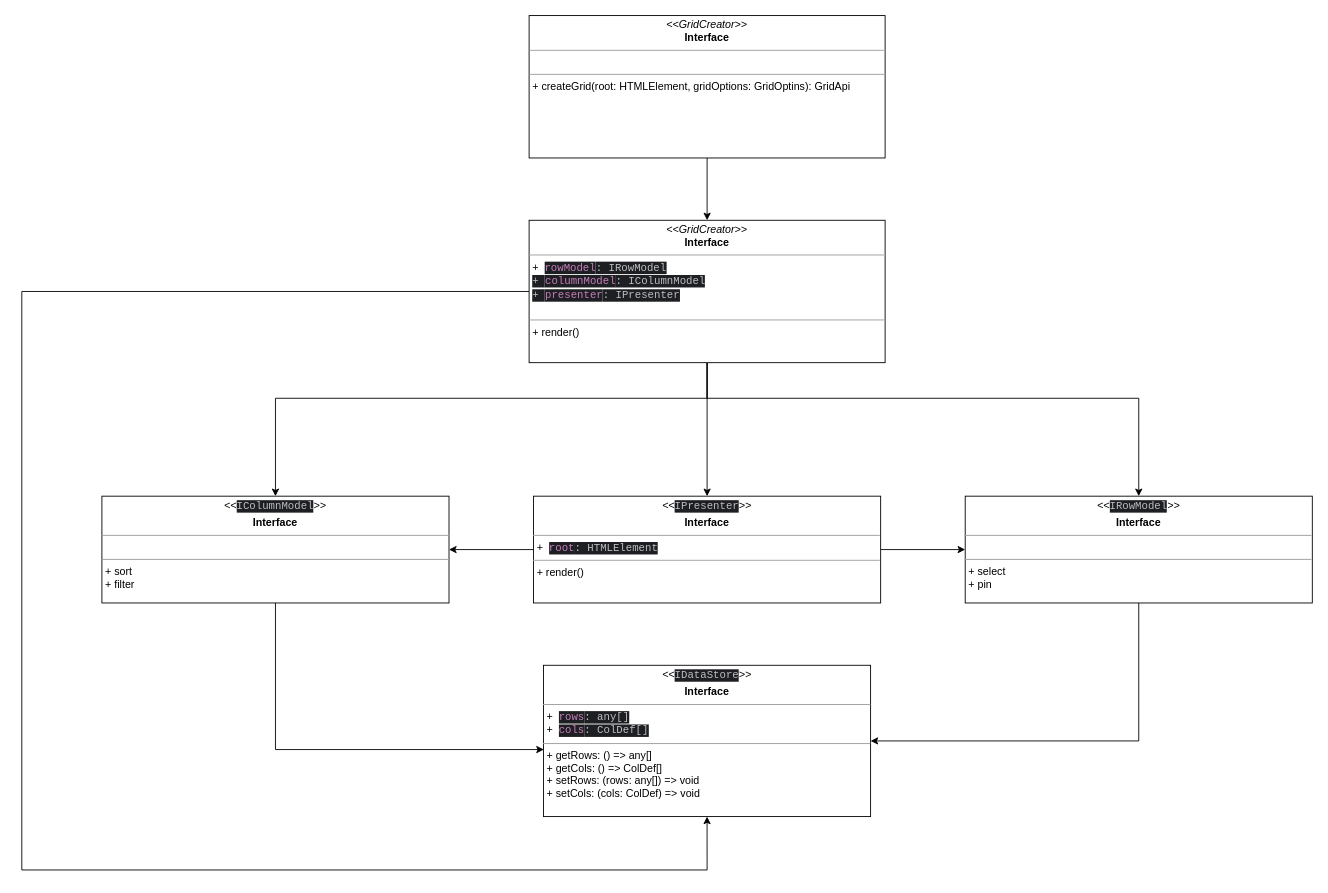
Above: packages/grid/docs/createGrid.drawio in Bright-Burn/Grid (draw.io), before the change. Source tidied: cells renumbered, new cells numbered last; positions are measured from the earlier drawing's top-left corner, leaving out a move shared by most shapes. Both pictures are drawn from the tidied source at 89%, with x=0, y=0 at pixel (21, 15).
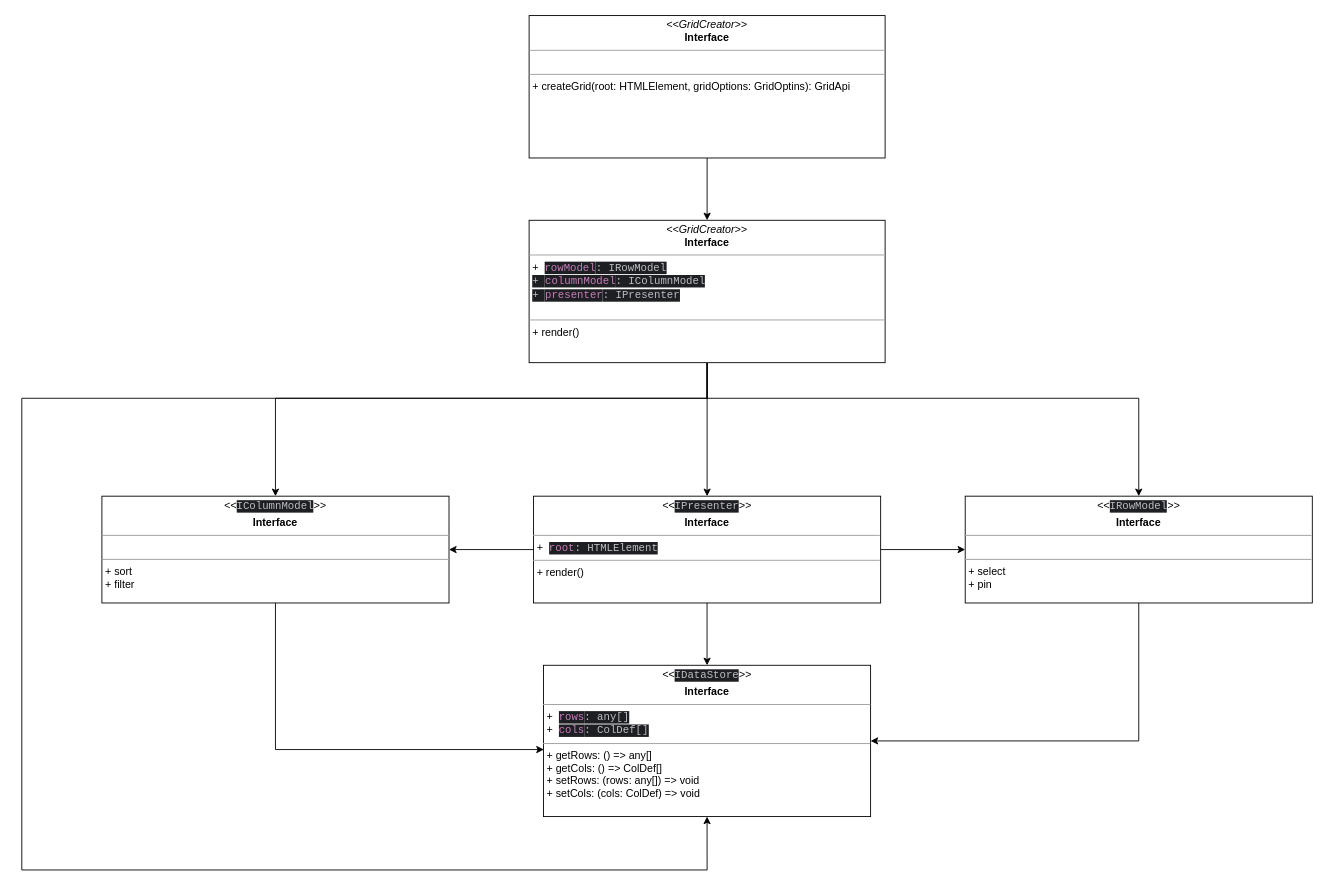
The same diagram, later.

The change refers to these unchanged cells:
```xml
<mxCell id="8" value="&lt;p style=&quot;margin:0px;margin-top:4px;text-align:center;&quot;&gt;&lt;i&gt;&amp;lt;&amp;lt;GridCreator&amp;gt;&amp;gt;&lt;/i&gt;&lt;br&gt;&lt;b&gt;Interface&lt;/b&gt;&lt;/p&gt;&lt;hr size=&quot;1&quot;&gt;&lt;p style=&quot;margin:0px;margin-left:4px;&quot;&gt;+&amp;nbsp;&amp;nbsp;&lt;span style=&quot;font-family: Consolas, monospace; background-color: rgb(30, 31, 34); color: rgb(199, 125, 187);&quot;&gt;rowModel&lt;/span&gt;&lt;span style=&quot;font-family: Consolas, monospace; background-color: rgb(30, 31, 34); color: rgb(188, 190, 196);&quot;&gt;: IRowModel&lt;/span&gt;&lt;/p&gt;&lt;p style=&quot;margin:0px;margin-left:4px;&quot;&gt;&lt;span style=&quot;font-family: Consolas, monospace; background-color: rgb(30, 31, 34); color: rgb(188, 190, 196);&quot;&gt;+&amp;nbsp;&lt;/span&gt;&lt;span style=&quot;font-family: Consolas, monospace; background-color: rgb(30, 31, 34); color: rgb(199, 125, 187);&quot;&gt;columnModel&lt;/span&gt;&lt;span style=&quot;font-family: Consolas, monospace; background-color: rgb(30, 31, 34); color: rgb(188, 190, 196);&quot;&gt;: IColumnModel&lt;/span&gt;&lt;/p&gt;&lt;p style=&quot;margin:0px;margin-left:4px;&quot;&gt;&lt;span style=&quot;font-family: Consolas, monospace; background-color: rgb(30, 31, 34); color: rgb(188, 190, 196);&quot;&gt;+&amp;nbsp;&lt;/span&gt;&lt;span style=&quot;font-family: Consolas, monospace; background-color: rgb(30, 31, 34); color: rgb(199, 125, 187);&quot;&gt;presenter&lt;/span&gt;&lt;span style=&quot;font-family: Consolas, monospace; background-color: rgb(30, 31, 34); color: rgb(188, 190, 196);&quot;&gt;: IPresenter&lt;/span&gt;&lt;/p&gt;&lt;p style=&quot;margin:0px;margin-left:4px;&quot;&gt;&lt;br&gt;&lt;/p&gt;&lt;hr size=&quot;1&quot;&gt;&lt;p style=&quot;margin:0px;margin-left:4px;&quot;&gt;+ render()&lt;br&gt;&lt;br&gt;&lt;/p&gt;" style="verticalAlign=top;align=left;overflow=fill;fontSize=12;fontFamily=Helvetica;html=1;" parent="1" vertex="1">
  <mxGeometry x="570" y="230" width="400" height="160" as="geometry" />
</mxCell>
<mxCell id="11" value="&lt;p style=&quot;margin:0px;margin-top:4px;text-align:center;&quot;&gt;&lt;i&gt;&amp;lt;&amp;lt;&lt;/i&gt;&lt;span style=&quot;font-family: Consolas, monospace; background-color: rgb(30, 31, 34); color: rgb(188, 190, 196); text-align: left;&quot;&gt;IPresenter&lt;/span&gt;&lt;i style=&quot;background-color: initial;&quot;&gt;&amp;gt;&amp;gt;&lt;/i&gt;&lt;/p&gt;&lt;p style=&quot;margin:0px;margin-top:4px;text-align:center;&quot;&gt;&lt;b&gt;Interface&lt;/b&gt;&lt;/p&gt;&lt;hr size=&quot;1&quot;&gt;&lt;p style=&quot;margin:0px;margin-left:4px;&quot;&gt;+&amp;nbsp;&amp;nbsp;&lt;span style=&quot;font-family: Consolas, monospace; background-color: rgb(30, 31, 34); color: rgb(199, 125, 187);&quot;&gt;root&lt;/span&gt;&lt;span style=&quot;font-family: Consolas, monospace; background-color: rgb(30, 31, 34); color: rgb(188, 190, 196);&quot;&gt;: HTMLElement&lt;/span&gt;&lt;/p&gt;&lt;hr size=&quot;1&quot;&gt;&lt;p style=&quot;margin:0px;margin-left:4px;&quot;&gt;+ render()&lt;br&gt;&lt;br&gt;&lt;/p&gt;" style="verticalAlign=top;align=left;overflow=fill;fontSize=12;fontFamily=Helvetica;html=1;" parent="1" vertex="1">
  <mxGeometry x="575" y="540" width="390" height="120" as="geometry" />
</mxCell>
<mxCell id="16" value="&lt;p style=&quot;margin: 4px 0px 0px; text-align: center;&quot;&gt;&lt;i&gt;&amp;lt;&amp;lt;&lt;/i&gt;&lt;span style=&quot;font-family: Consolas, monospace; background-color: rgb(30, 31, 34); color: rgb(188, 190, 196); text-align: left;&quot;&gt;IDataStore&lt;/span&gt;&lt;i style=&quot;background-color: initial;&quot;&gt;&amp;gt;&amp;gt;&lt;/i&gt;&lt;/p&gt;&lt;p style=&quot;margin:0px;margin-top:4px;text-align:center;&quot;&gt;&lt;b&gt;Interface&lt;/b&gt;&lt;/p&gt;&lt;hr size=&quot;1&quot;&gt;&lt;p style=&quot;margin:0px;margin-left:4px;&quot;&gt;+&amp;nbsp;&amp;nbsp;&lt;span style=&quot;color: rgb(199, 125, 187); font-family: Consolas, monospace; background-color: rgb(30, 31, 34);&quot;&gt;rows&lt;/span&gt;&lt;span style=&quot;background-color: rgb(30, 31, 34); color: rgb(188, 190, 196); font-family: Consolas, monospace;&quot;&gt;: any[]&lt;/span&gt;&lt;/p&gt;&lt;p style=&quot;margin:0px;margin-left:4px;&quot;&gt;+&amp;nbsp;&amp;nbsp;&lt;span style=&quot;font-family: Consolas, monospace; background-color: rgb(30, 31, 34); color: rgb(199, 125, 187);&quot;&gt;cols&lt;/span&gt;&lt;span style=&quot;font-family: Consolas, monospace; background-color: rgb(30, 31, 34); color: rgb(188, 190, 196);&quot;&gt;: ColDef[]&lt;/span&gt;&lt;span style=&quot;background-color: rgb(30, 31, 34); color: rgb(188, 190, 196); font-family: Consolas, monospace;&quot;&gt;&lt;br&gt;&lt;/span&gt;&lt;/p&gt;&lt;hr size=&quot;1&quot;&gt;&lt;p style=&quot;margin:0px;margin-left:4px;&quot;&gt;+ getRows: () =&amp;gt; any[]&lt;br&gt;+ getCols: () =&amp;gt; ColDef[]&lt;/p&gt;&lt;p style=&quot;margin:0px;margin-left:4px;&quot;&gt;+ setRows: (rows: any[]) =&amp;gt; void&lt;br&gt;+ setCols: (cols: ColDef) =&amp;gt; void&lt;/p&gt;&lt;p style=&quot;margin:0px;margin-left:4px;&quot;&gt;&lt;br&gt;&lt;br&gt;&lt;/p&gt;" style="verticalAlign=top;align=left;overflow=fill;fontSize=12;fontFamily=Helvetica;html=1;" parent="1" vertex="1">
  <mxGeometry x="586.2" y="730" width="367.5" height="170" as="geometry" />
</mxCell>
```

What changed in the source:
```diff
@@
     <mxCell id="6" style="edgeStyle=orthogonalEdgeStyle;rounded=0;jettySize=auto;html=1;entryX=0.5;entryY=1;entryDx=0;entryDy=0;" parent="1" edge="1" source="8" target="16">
       <mxGeometry relative="1" as="geometry">
         <Array as="points">
-          <mxPoint y="310" />
+          <mxPoint x="770" y="430" />
+          <mxPoint y="430" />
           <mxPoint y="960" />
           <mxPoint x="770" y="960" />
         </Array>
       </mxGeometry>
     </mxCell>
@@
+    <mxCell id="17" style="edgeStyle=orthogonalEdgeStyle;rounded=0;jettySize=auto;html=1;entryX=0.5;entryY=0;entryDx=0;entryDy=0;strokeColor=default;" parent="1" edge="1" source="11" target="16">
+      <mxGeometry relative="1" as="geometry" />
+    </mxCell>
```
